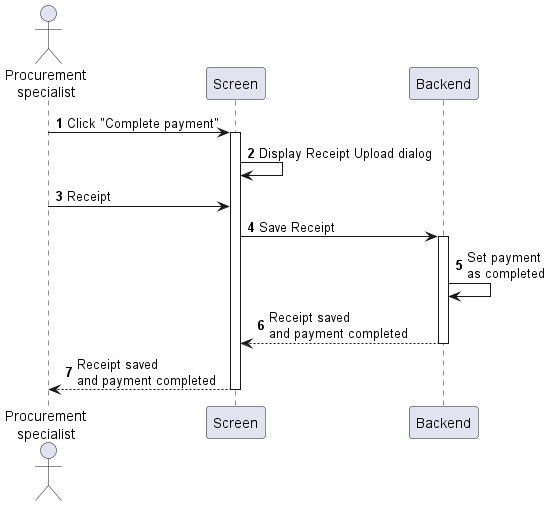
phihungha/SE357-Practice-class keeps this PlantUML diagram as Lab1/Lab1.2/sequences/purchase-order-complete-payment.png. Above is the earlier version. Its diagram source:
```plantuml
@startuml purchase-order-complete-payment
autonumber

actor "Procurement\nspecialist" as a
participant Screen as f
participant Backend as b

a -> f : Click "Complete payment"
activate f
f -> f : Display Receipt Upload dialog
a -> f : Receipt
f -> b : Save Receipt
activate b
b -> b : Set payment\nas completed
return Receipt saved\nand payment completed
return Receipt saved\nand payment completed
@enduml
```
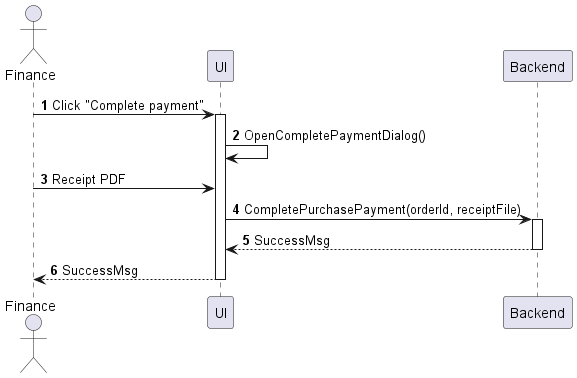
Above is the later version.

Change to the diagram source:
```diff
@@ -1,17 +1,16 @@
 @startuml purchase-order-complete-payment
 autonumber
 
-actor "Procurement\nspecialist" as a
-participant Screen as f
+actor "Finance" as a
+participant UI as f
 participant Backend as b
 
 a -> f : Click "Complete payment"
 activate f
-f -> f : Display Receipt Upload dialog
-a -> f : Receipt
-f -> b : Save Receipt
+f -> f : OpenCompletePaymentDialog()
+a -> f : Receipt PDF
+f -> b : CompletePurchasePayment(orderId, receiptFile)
 activate b
-b -> b : Set payment\nas completed
-return Receipt saved\nand payment completed
-return Receipt saved\nand payment completed
+return SuccessMsg
+return SuccessMsg
 @enduml
```
